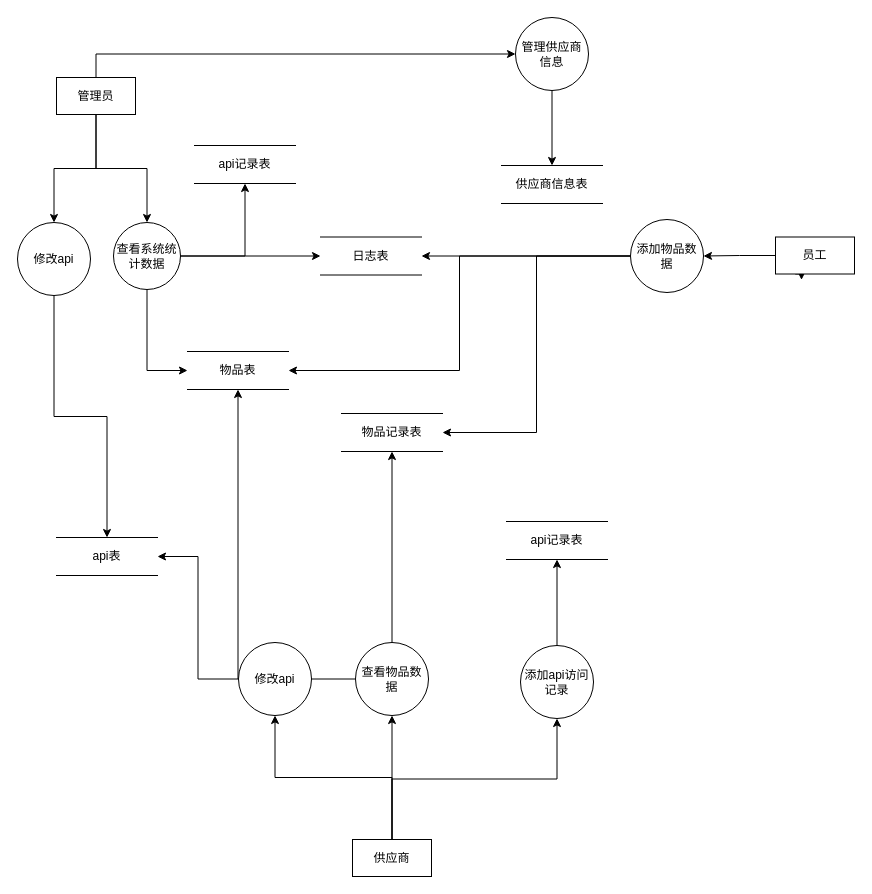
Above: save/系统数据流图.drawio in kehaha-5/drawio (draw.io), before the change. Source tidied: cells renumbered, new cells numbered last; positions are measured from the earlier drawing's top-left corner, leaving out a move shared by most shapes. Both pictures are drawn from the tidied source at 100%, with x=0, y=0 at pixel (17, 17).
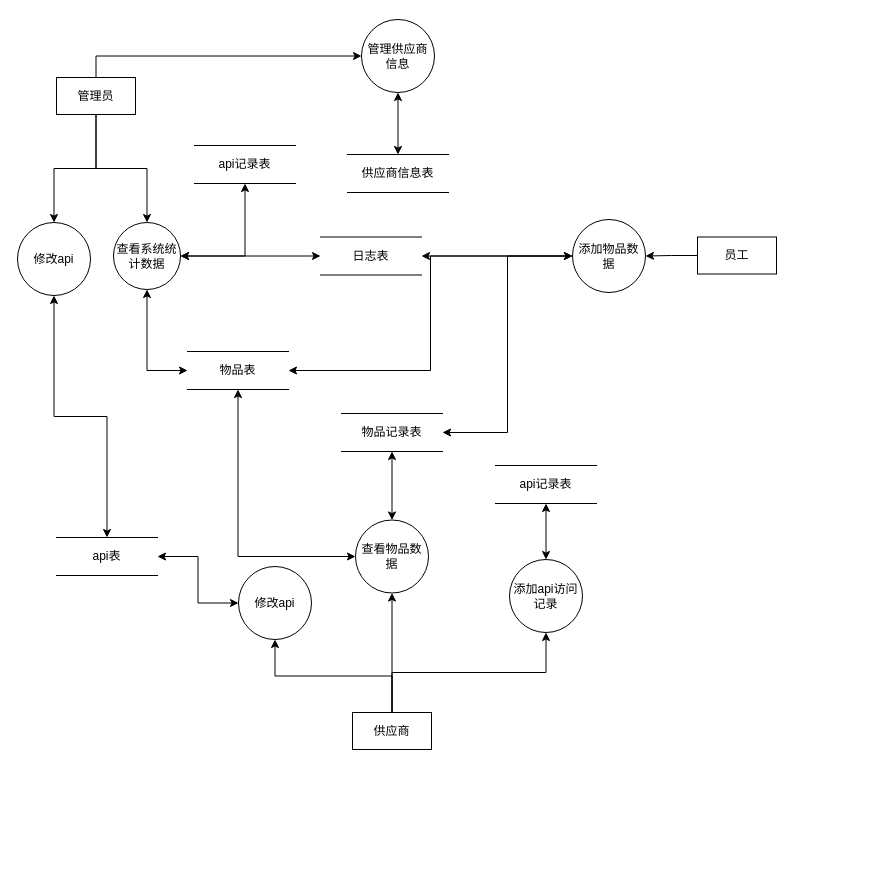
Above is the later version.

Commit message (it also covers changes not shown here):
更新系统数据流图.drawio

Unchanged cells that the change refers to:
```xml
<mxCell id="13" value="物品表" style="shape=partialRectangle;whiteSpace=wrap;html=1;left=0;right=0;fillColor=none;" parent="1" vertex="1">
  <mxGeometry x="170" y="334" width="101" height="38" as="geometry" />
</mxCell>
<mxCell id="14" value="物品记录表" style="shape=partialRectangle;whiteSpace=wrap;html=1;left=0;right=0;fillColor=none;" parent="1" vertex="1">
  <mxGeometry x="324" y="396" width="101" height="38" as="geometry" />
</mxCell>
<mxCell id="16" value="日志表" style="shape=partialRectangle;whiteSpace=wrap;html=1;left=0;right=0;fillColor=none;" parent="1" vertex="1">
  <mxGeometry x="303" y="219.5" width="101" height="38" as="geometry" />
</mxCell>
<mxCell id="20" value="查看系统统计数据" style="ellipse;whiteSpace=wrap;html=1;" parent="1" vertex="1">
  <mxGeometry x="96" y="205" width="67" height="67" as="geometry" />
</mxCell>
<mxCell id="26" value="api表" style="shape=partialRectangle;whiteSpace=wrap;html=1;left=0;right=0;fillColor=none;" parent="1" vertex="1">
  <mxGeometry x="39" y="520" width="101" height="38" as="geometry" />
</mxCell>
<mxCell id="30" value="修改api" style="ellipse;whiteSpace=wrap;html=1;" parent="1" vertex="1">
  <mxGeometry y="205" width="73" height="73" as="geometry" />
</mxCell>
<mxCell id="38" value="api记录表" style="shape=partialRectangle;whiteSpace=wrap;html=1;left=0;right=0;fillColor=none;" parent="1" vertex="1">
  <mxGeometry x="177" y="128" width="101" height="38" as="geometry" />
</mxCell>
```

Change to the diagram source:
```diff
@@
-    <mxCell id="7" style="edgeStyle=orthogonalEdgeStyle;rounded=0;jettySize=auto;html=1;exitX=0.25;exitY=1;exitDx=0;exitDy=0;" parent="1" edge="1" source="8">
-      <mxGeometry relative="1" as="geometry">
-        <mxPoint x="784" y="262.4" as="targetPoint" />
-      </mxGeometry>
-    </mxCell>
     <mxCell id="8" value="员工" style="rounded=0;whiteSpace=wrap;html=1;" parent="1" vertex="1">
-      <mxGeometry x="758" y="219.5" width="79" height="37" as="geometry" />
+      <mxGeometry x="680" y="219.5" width="79" height="37" as="geometry" />
     </mxCell>
@@
     <mxCell id="12" value="供应商" style="rounded=0;whiteSpace=wrap;html=1;" parent="1" vertex="1">
-      <mxGeometry x="335" y="822" width="79" height="37" as="geometry" />
+      <mxGeometry x="335" y="695" width="79" height="37" as="geometry" />
     </mxCell>
@@
     <mxCell id="15" value="api记录表" style="shape=partialRectangle;whiteSpace=wrap;html=1;left=0;right=0;fillColor=none;" parent="1" vertex="1">
-      <mxGeometry x="489" y="504" width="101" height="38" as="geometry" />
+      <mxGeometry x="478" y="448" width="101" height="38" as="geometry" />
     </mxCell>
@@
-    <mxCell id="17" style="edgeStyle=orthogonalEdgeStyle;rounded=0;jettySize=auto;html=1;" parent="1" edge="1" source="20" target="16">
+    <mxCell id="17" style="edgeStyle=orthogonalEdgeStyle;rounded=0;jettySize=auto;html=1;endArrow=classic;endFill=1;startArrow=classic;startFill=1;" parent="1" edge="1" source="20" target="16">
       <mxGeometry relative="1" as="geometry" />
     </mxCell>
-    <mxCell id="18" style="edgeStyle=orthogonalEdgeStyle;rounded=0;jettySize=auto;html=1;entryX=0;entryY=0.5;entryDx=0;entryDy=0;exitX=0.5;exitY=1;exitDx=0;exitDy=0;" parent="1" edge="1" source="20" target="13">
+    <mxCell id="18" style="edgeStyle=orthogonalEdgeStyle;rounded=0;jettySize=auto;html=1;entryX=0;entryY=0.5;entryDx=0;entryDy=0;exitX=0.5;exitY=1;exitDx=0;exitDy=0;endArrow=classic;endFill=1;startArrow=classic;startFill=1;" parent="1" edge="1" source="20" target="13">
       <mxGeometry relative="1" as="geometry" />
     </mxCell>
-    <mxCell id="19" style="edgeStyle=orthogonalEdgeStyle;rounded=0;jettySize=auto;html=1;" parent="1" edge="1" source="20" target="38">
+    <mxCell id="19" style="edgeStyle=orthogonalEdgeStyle;rounded=0;jettySize=auto;html=1;endArrow=classic;endFill=1;startArrow=classic;startFill=1;" parent="1" edge="1" source="20" target="38">
       <mxGeometry relative="1" as="geometry" />
     </mxCell>
@@
-    <mxCell id="21" style="edgeStyle=orthogonalEdgeStyle;rounded=0;jettySize=auto;html=1;entryX=0.5;entryY=1;entryDx=0;entryDy=0;" parent="1" edge="1" source="23" target="13">
+    <mxCell id="21" style="edgeStyle=orthogonalEdgeStyle;rounded=0;jettySize=auto;html=1;entryX=0.5;entryY=1;entryDx=0;entryDy=0;endArrow=classic;endFill=1;startArrow=classic;startFill=1;" parent="1" edge="1" source="23" target="13">
       <mxGeometry relative="1" as="geometry" />
     </mxCell>
-    <mxCell id="22" style="edgeStyle=orthogonalEdgeStyle;rounded=0;jettySize=auto;html=1;entryX=0.5;entryY=1;entryDx=0;entryDy=0;exitX=0.5;exitY=0;exitDx=0;exitDy=0;" parent="1" edge="1" source="23" target="14">
+    <mxCell id="22" style="edgeStyle=orthogonalEdgeStyle;rounded=0;jettySize=auto;html=1;entryX=0.5;entryY=1;entryDx=0;entryDy=0;exitX=0.5;exitY=0;exitDx=0;exitDy=0;endArrow=classic;endFill=1;startArrow=classic;startFill=1;" parent="1" edge="1" source="23" target="14">
       <mxGeometry relative="1" as="geometry" />
     </mxCell>
     <mxCell id="23" value="查看物品数据" style="ellipse;whiteSpace=wrap;html=1;" parent="1" vertex="1">
-      <mxGeometry x="338" y="625" width="73" height="73" as="geometry" />
+      <mxGeometry x="338" y="502.5" width="73" height="73" as="geometry" />
     </mxCell>
-    <mxCell id="24" style="edgeStyle=orthogonalEdgeStyle;rounded=0;jettySize=auto;html=1;entryX=0.5;entryY=1;entryDx=0;entryDy=0;" parent="1" edge="1" source="25" target="15">
+    <mxCell id="24" style="edgeStyle=orthogonalEdgeStyle;rounded=0;jettySize=auto;html=1;entryX=0.5;entryY=1;entryDx=0;entryDy=0;endArrow=classic;endFill=1;startArrow=classic;startFill=1;" parent="1" edge="1" source="25" target="15">
       <mxGeometry relative="1" as="geometry" />
     </mxCell>
     <mxCell id="25" value="添加api访问记录" style="ellipse;whiteSpace=wrap;html=1;" parent="1" vertex="1">
-      <mxGeometry x="503" y="628" width="73" height="73" as="geometry" />
+      <mxGeometry x="492" y="542" width="73" height="73" as="geometry" />
     </mxCell>
@@
-    <mxCell id="27" style="edgeStyle=orthogonalEdgeStyle;rounded=0;jettySize=auto;html=1;entryX=1;entryY=0.5;entryDx=0;entryDy=0;" parent="1" edge="1" source="28" target="26">
+    <mxCell id="27" style="edgeStyle=orthogonalEdgeStyle;rounded=0;jettySize=auto;html=1;entryX=1;entryY=0.5;entryDx=0;entryDy=0;endArrow=classic;endFill=1;startArrow=classic;startFill=1;" parent="1" edge="1" source="28" target="26">
       <mxGeometry relative="1" as="geometry" />
     </mxCell>
     <mxCell id="28" value="修改api" style="ellipse;whiteSpace=wrap;html=1;" parent="1" vertex="1">
-      <mxGeometry x="221" y="625" width="73" height="73" as="geometry" />
+      <mxGeometry x="221" y="549" width="73" height="73" as="geometry" />
     </mxCell>
-    <mxCell id="29" style="edgeStyle=orthogonalEdgeStyle;rounded=0;jettySize=auto;html=1;" parent="1" edge="1" source="30" target="26">
+    <mxCell id="29" style="edgeStyle=orthogonalEdgeStyle;rounded=0;jettySize=auto;html=1;endArrow=classic;endFill=1;startArrow=classic;startFill=1;" parent="1" edge="1" source="30" target="26">
       <mxGeometry relative="1" as="geometry" />
     </mxCell>
@@
     <mxCell id="31" value="供应商信息表" style="shape=partialRectangle;whiteSpace=wrap;html=1;left=0;right=0;fillColor=none;" parent="1" vertex="1">
-      <mxGeometry x="484" y="148" width="101" height="38" as="geometry" />
+      <mxGeometry x="330" y="137" width="101" height="38" as="geometry" />
     </mxCell>
-    <mxCell id="32" style="edgeStyle=orthogonalEdgeStyle;rounded=0;jettySize=auto;html=1;" parent="1" edge="1" source="33" target="31">
+    <mxCell id="32" style="edgeStyle=orthogonalEdgeStyle;rounded=0;jettySize=auto;html=1;endArrow=classic;endFill=1;startArrow=classic;startFill=1;" parent="1" edge="1" source="33" target="31">
       <mxGeometry relative="1" as="geometry" />
     </mxCell>
     <mxCell id="33" value="管理供应商信息" style="ellipse;whiteSpace=wrap;html=1;" parent="1" vertex="1">
-      <mxGeometry x="498" width="73" height="73" as="geometry" />
+      <mxGeometry x="344" y="2" width="73" height="73" as="geometry" />
     </mxCell>
@@
-    <mxCell id="35" style="edgeStyle=orthogonalEdgeStyle;rounded=0;jettySize=auto;html=1;entryX=1;entryY=0.5;entryDx=0;entryDy=0;" parent="1" edge="1" source="37" target="14">
+    <mxCell id="35" style="edgeStyle=orthogonalEdgeStyle;rounded=0;jettySize=auto;html=1;entryX=1;entryY=0.5;entryDx=0;entryDy=0;endArrow=classic;endFill=1;startArrow=classic;startFill=1;" parent="1" edge="1" source="37" target="14">
       <mxGeometry relative="1" as="geometry" />
     </mxCell>
-    <mxCell id="36" style="edgeStyle=orthogonalEdgeStyle;rounded=0;jettySize=auto;html=1;entryX=1;entryY=0.5;entryDx=0;entryDy=0;" parent="1" edge="1" source="37" target="13">
+    <mxCell id="36" style="edgeStyle=orthogonalEdgeStyle;rounded=0;jettySize=auto;html=1;entryX=1;entryY=0.5;entryDx=0;entryDy=0;endArrow=classic;endFill=1;startArrow=classic;startFill=1;" parent="1" edge="1" source="37" target="13">
       <mxGeometry relative="1" as="geometry" />
     </mxCell>
     <mxCell id="37" value="添加物品数据" style="ellipse;whiteSpace=wrap;html=1;" parent="1" vertex="1">
-      <mxGeometry x="613" y="202" width="73" height="73" as="geometry" />
+      <mxGeometry x="555" y="202" width="73" height="73" as="geometry" />
     </mxCell>
```
